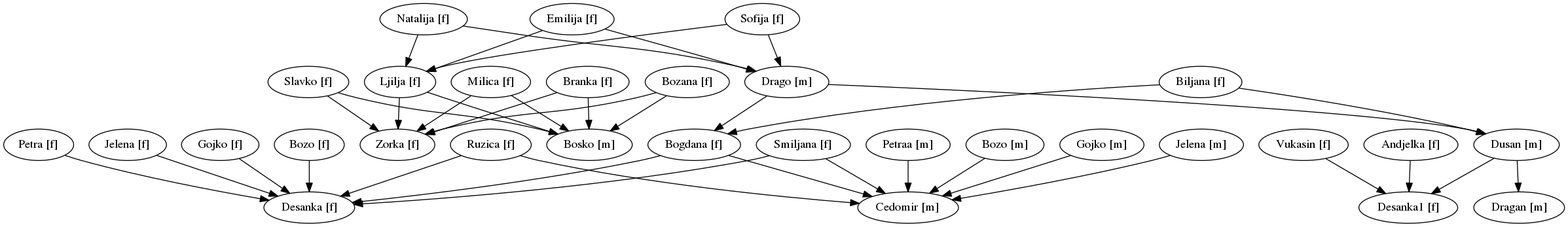
This is sofija.png from DjordjeR/esp_ass, a Graphviz export, as it was before one commit. Its source is kept beside it as sofija.dot.
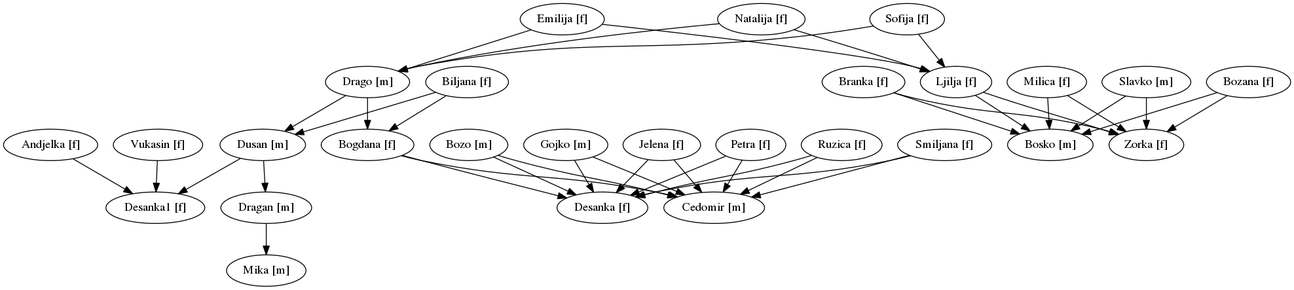
After the change.

Diff of the diagram source:
```diff
@@ -1,47 +1,48 @@
 digraph FamilyTree
 {
-  "Sofija [f]" -> "Ljilja [f]";
-  "Sofija [f]" -> "Drago [m]";
-  "Ljilja [f]" -> "Zorka [f]";
-  "Ljilja [f]" -> "Bosko [m]";
-  "Natalija [f]" -> "Ljilja [f]";
-  "Natalija [f]" -> "Drago [m]";
-  "Emilija [f]" -> "Ljilja [f]";
-  "Emilija [f]" -> "Drago [m]";
+  "Andjelka [f]" -> "Desanka1 [f]";
+  "Biljana [f]" -> "Bogdana [f]";
+  "Biljana [f]" -> "Dusan [m]";
+  "Bogdana [f]" -> "Desanka [f]";
+  "Bogdana [f]" -> "Cedomir [m]";
+  "Bosko [m]";
+  "Bozana [f]" -> "Zorka [f]";
+  "Bozana [f]" -> "Bosko [m]";
+  "Bozo [m]" -> "Desanka [f]";
+  "Bozo [m]" -> "Cedomir [m]";
+  "Branka [f]" -> "Zorka [f]";
+  "Branka [f]" -> "Bosko [m]";
+  "Cedomir [m]";
+  "Desanka [f]";
+  "Desanka1 [f]";
+  "Dragan [m]" -> "Mika [m]";
   "Drago [m]" -> "Bogdana [f]";
   "Drago [m]" -> "Dusan [m]";
   "Dusan [m]" -> "Desanka1 [f]";
   "Dusan [m]" -> "Dragan [m]";
-  "Bosko [m]";
-  "Zorka [f]";
-  "Bogdana [f]" -> "Desanka [f]";
-  "Bogdana [f]" -> "Cedomir [m]";
+  "Emilija [f]" -> "Ljilja [f]";
+  "Emilija [f]" -> "Drago [m]";
+  "Gojko [m]" -> "Desanka [f]";
+  "Gojko [m]" -> "Cedomir [m]";
+  "Jelena [f]" -> "Desanka [f]";
+  "Jelena [f]" -> "Cedomir [m]";
+  "Ljilja [f]" -> "Zorka [f]";
+  "Ljilja [f]" -> "Bosko [m]";
+  "Mika [m]";
   "Milica [f]" -> "Zorka [f]";
   "Milica [f]" -> "Bosko [m]";
-  "Branka [f]" -> "Zorka [f]";
-  "Branka [f]" -> "Bosko [m]";
-  "Bozana [f]" -> "Zorka [f]";
-  "Bozana [f]" -> "Bosko [m]";
-  "Slavko [f]" -> "Zorka [f]";
-  "Slavko [f]" -> "Bosko [m]";
-  "Biljana [f]" -> "Bogdana [f]";
-  "Biljana [f]" -> "Dusan [m]";
-  "Dragan [m]";
-  "Cedomir [m]";
-  "Desanka [f]";
-  "Desanka1 [f]";
-  "Gojko [f]" -> "Desanka [f]";
-  "Bozo [f]" -> "Desanka [f]";
+  "Natalija [f]" -> "Ljilja [f]";
+  "Natalija [f]" -> "Drago [m]";
+  "Petra [f]" -> "Desanka [f]";
+  "Petra [f]" -> "Cedomir [m]";
   "Ruzica [f]" -> "Desanka [f]";
   "Ruzica [f]" -> "Cedomir [m]";
+  "Slavko [m]" -> "Zorka [f]";
+  "Slavko [m]" -> "Bosko [m]";
   "Smiljana [f]" -> "Desanka [f]";
   "Smiljana [f]" -> "Cedomir [m]";
-  "Petra [f]" -> "Desanka [f]";
+  "Sofija [f]" -> "Ljilja [f]";
+  "Sofija [f]" -> "Drago [m]";
   "Vukasin [f]" -> "Desanka1 [f]";
-  "Andjelka [f]" -> "Desanka1 [f]";
-  "Petraa [m]" -> "Cedomir [m]";
-  "Bozo [m]" -> "Cedomir [m]";
-  "Gojko [m]" -> "Cedomir [m]";
-  "Jelena [m]" -> "Cedomir [m]";
-  "Jelena [f]" -> "Desanka [f]";
+  "Zorka [f]";
 }
```
